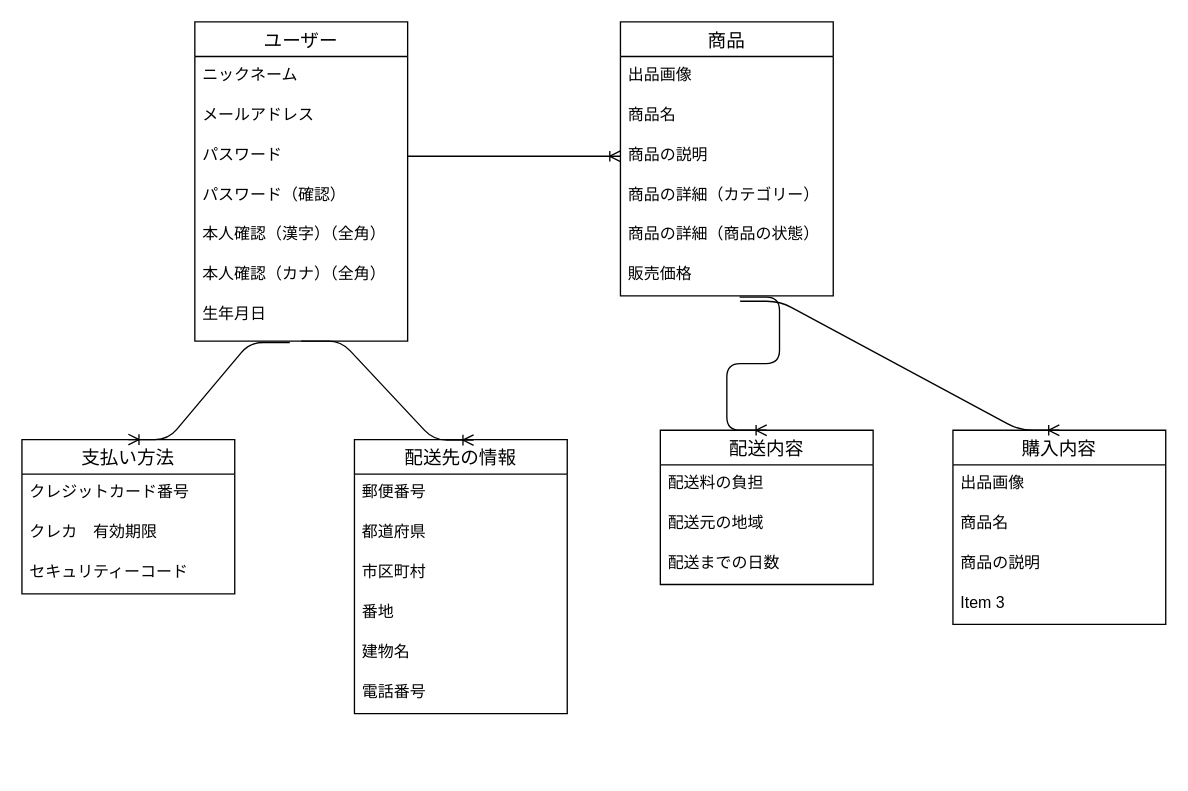
soutahirose1/furima-30465 keeps this draw.io diagram as ER.dio. Above is the earlier version. Source tidied: cells renumbered, new cells numbered last; positions are measured from the earlier drawing's top-left corner, leaving out a move shared by most shapes. Both pictures are drawn from the tidied source at 133%, with x=0, y=0 at pixel (21, 21).
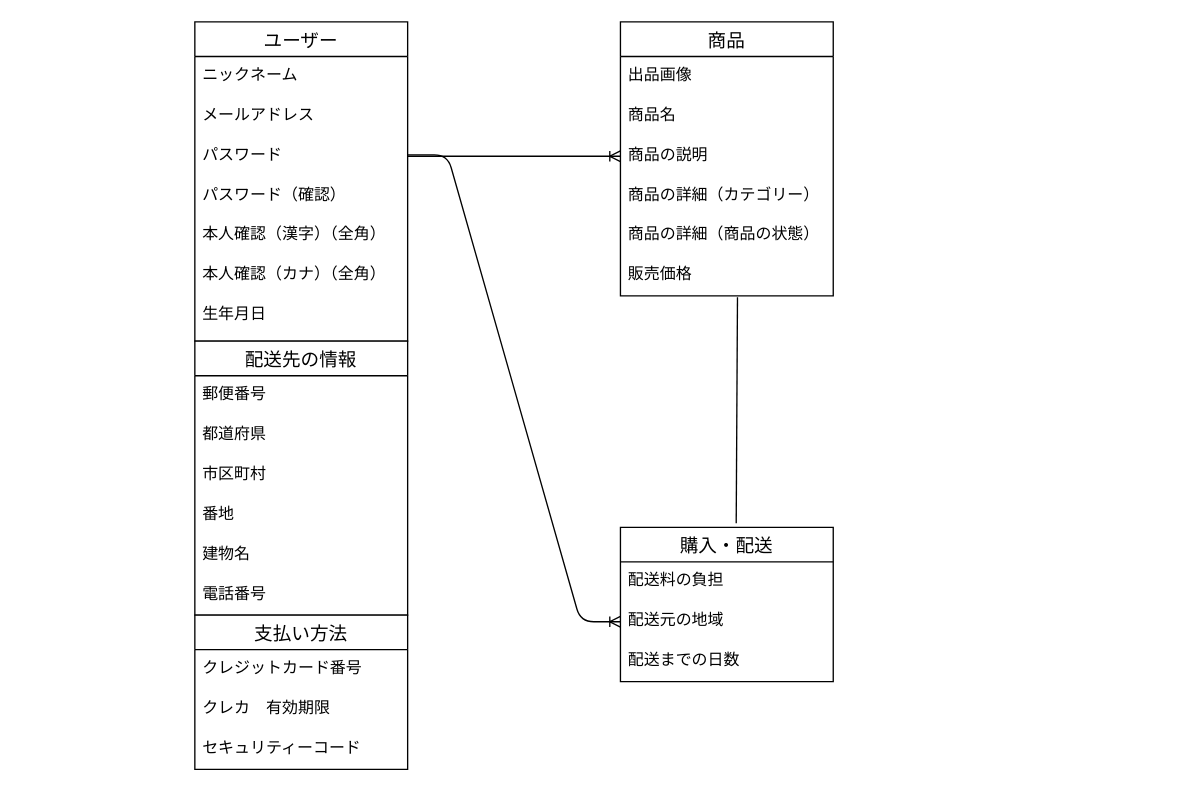
After the change.

Commit message (it also covers changes not shown here):
ER図・README作成

Unchanged cells that the change refers to:
```xml
<mxCell id="5" value="パスワード" style="text;strokeColor=none;fillColor=none;spacingLeft=4;spacingRight=4;overflow=hidden;points=[[0,0.5],[1,0.5]];portConstraint=eastwest;fontSize=12;" parent="2" vertex="1">
  <mxGeometry y="86" width="160" height="30" as="geometry" />
</mxCell>
<mxCell id="9" value="生年月日" style="text;strokeColor=none;fillColor=none;spacingLeft=4;spacingRight=4;overflow=hidden;points=[[0,0.5],[1,0.5]];portConstraint=eastwest;fontSize=12;" parent="2" vertex="1">
  <mxGeometry y="206" width="160" height="34" as="geometry" />
</mxCell>
<mxCell id="13" value="商品の説明" style="text;strokeColor=none;fillColor=none;spacingLeft=4;spacingRight=4;overflow=hidden;points=[[0,0.5],[1,0.5]];portConstraint=eastwest;fontSize=12;" parent="10" vertex="1">
  <mxGeometry y="86" width="160" height="30" as="geometry" />
</mxCell>
<mxCell id="16" value="販売価格" style="text;strokeColor=none;fillColor=none;spacingLeft=4;spacingRight=4;overflow=hidden;points=[[0,0.5],[1,0.5]];portConstraint=eastwest;fontSize=12;" parent="10" vertex="1">
  <mxGeometry y="176" width="160" height="30" as="geometry" />
</mxCell>
<mxCell id="30" value="配送元の地域" style="text;strokeColor=none;fillColor=none;spacingLeft=4;spacingRight=4;overflow=hidden;points=[[0,0.5],[1,0.5]];portConstraint=eastwest;fontSize=12;" parent="28" vertex="1">
  <mxGeometry y="56" width="160" height="30" as="geometry" />
</mxCell>
```

What changed in the source:
```diff
@@
-    <mxCell id="17" value="支払い方法" style="swimlane;fontStyle=0;horizontal=1;startSize=26;align=center;fontSize=14;labelBackgroundColor=none;html=0;" parent="1" vertex="1">
-      <mxGeometry y="314" width="160" height="116" as="geometry" />
-    </mxCell>
-    <mxCell id="18" value="クレジットカード番号" style="text;strokeColor=none;fillColor=none;spacingLeft=4;spacingRight=4;overflow=hidden;fontSize=12;" parent="17" vertex="1">
-      <mxGeometry y="26" width="160" height="30" as="geometry" />
-    </mxCell>
-    <mxCell id="19" value="クレカ　有効期限" style="text;strokeColor=none;fillColor=none;spacingLeft=4;spacingRight=4;overflow=hidden;fontSize=12;" parent="17" vertex="1">
-      <mxGeometry y="56" width="160" height="30" as="geometry" />
-    </mxCell>
-    <mxCell id="20" value="セキュリティーコード" style="text;strokeColor=none;fillColor=none;spacingLeft=4;spacingRight=4;overflow=hidden;fontSize=12;" parent="17" vertex="1">
-      <mxGeometry y="86" width="160" height="30" as="geometry" />
-    </mxCell>
+    <mxCell id="39" style="edgeStyle=entityRelationEdgeStyle;fontSize=12;html=1;endArrow=ERoneToMany;exitX=1;exitY=0.5;exitDx=0;exitDy=0;entryX=0;entryY=0.5;entryDx=0;entryDy=0;" parent="1" edge="1" source="5" target="13">
+      <mxGeometry relative="1" as="geometry" />
+    </mxCell>
     <mxCell id="21" value="配送先の情報" style="swimlane;fontStyle=0;horizontal=1;startSize=26;align=center;fontSize=14;labelBackgroundColor=none;html=0;" parent="1" vertex="1">
-      <mxGeometry x="250" y="314" width="160" height="206" as="geometry" />
+      <mxGeometry x="130" y="240" width="160" height="206" as="geometry" />
     </mxCell>
@@
+    <mxCell id="17" value="支払い方法" style="swimlane;fontStyle=0;horizontal=1;startSize=26;align=center;fontSize=14;labelBackgroundColor=none;html=0;" parent="1" vertex="1">
+      <mxGeometry x="130" y="446" width="160" height="116" as="geometry" />
+    </mxCell>
+    <mxCell id="18" value="クレジットカード番号" style="text;strokeColor=none;fillColor=none;spacingLeft=4;spacingRight=4;overflow=hidden;fontSize=12;" parent="17" vertex="1">
+      <mxGeometry y="26" width="160" height="30" as="geometry" />
+    </mxCell>
+    <mxCell id="19" value="クレカ　有効期限" style="text;strokeColor=none;fillColor=none;spacingLeft=4;spacingRight=4;overflow=hidden;fontSize=12;" parent="17" vertex="1">
+      <mxGeometry y="56" width="160" height="30" as="geometry" />
+    </mxCell>
+    <mxCell id="20" value="セキュリティーコード" style="text;strokeColor=none;fillColor=none;spacingLeft=4;spacingRight=4;overflow=hidden;fontSize=12;" parent="17" vertex="1">
+      <mxGeometry y="86" width="160" height="30" as="geometry" />
+    </mxCell>
-    <mxCell id="28" value="配送内容" style="swimlane;fontStyle=0;horizontal=1;startSize=26;align=center;fontSize=14;labelBackgroundColor=none;html=0;" parent="1" vertex="1">
-      <mxGeometry x="480" y="307" width="160" height="116" as="geometry" />
+    <mxCell id="28" value="購入・配送" style="swimlane;fontStyle=0;horizontal=1;startSize=26;align=center;fontSize=14;labelBackgroundColor=none;html=0;" parent="1" vertex="1">
+      <mxGeometry x="450" y="380" width="160" height="116" as="geometry" />
     </mxCell>
@@
-    <mxCell id="32" value="購入内容" style="swimlane;fontStyle=0;horizontal=1;startSize=26;align=center;fontSize=14;labelBackgroundColor=none;html=0;" parent="1" vertex="1">
-      <mxGeometry x="700" y="307" width="160" height="146" as="geometry" />
-    </mxCell>
-    <mxCell id="33" value="出品画像" style="text;strokeColor=none;fillColor=none;spacingLeft=4;spacingRight=4;overflow=hidden;fontSize=12;" parent="32" vertex="1">
-      <mxGeometry y="26" width="160" height="30" as="geometry" />
-    </mxCell>
-    <mxCell id="34" value="商品名" style="text;strokeColor=none;fillColor=none;spacingLeft=4;spacingRight=4;overflow=hidden;fontSize=12;" parent="32" vertex="1">
-      <mxGeometry y="56" width="160" height="30" as="geometry" />
-    </mxCell>
-    <mxCell id="35" value="商品の説明" style="text;strokeColor=none;fillColor=none;spacingLeft=4;spacingRight=4;overflow=hidden;fontSize=12;" parent="32" vertex="1">
-      <mxGeometry y="86" width="160" height="30" as="geometry" />
-    </mxCell>
-    <mxCell id="36" value="Item 3" style="text;strokeColor=none;fillColor=none;spacingLeft=4;spacingRight=4;overflow=hidden;fontSize=12;" parent="32" vertex="1">
-      <mxGeometry y="116" width="160" height="30" as="geometry" />
-    </mxCell>
-    <mxCell id="37" style="edgeStyle=entityRelationEdgeStyle;fontSize=12;html=1;endArrow=ERoneToMany;exitX=0.446;exitY=1.029;exitDx=0;exitDy=0;exitPerimeter=0;entryX=0.5;entryY=0;entryDx=0;entryDy=0;" parent="1" edge="1" source="9" target="17">
-      <mxGeometry relative="1" as="geometry" />
-    </mxCell>
-    <mxCell id="38" style="edgeStyle=entityRelationEdgeStyle;fontSize=12;html=1;endArrow=ERoneToMany;entryX=0.56;entryY=0.002;entryDx=0;entryDy=0;entryPerimeter=0;" parent="1" edge="1" target="21">
-      <mxGeometry relative="1" as="geometry">
-        <mxPoint x="210" y="240" as="sourcePoint" />
-      </mxGeometry>
-    </mxCell>
-    <mxCell id="39" style="edgeStyle=entityRelationEdgeStyle;fontSize=12;html=1;endArrow=ERoneToMany;exitX=1;exitY=0.5;exitDx=0;exitDy=0;entryX=0;entryY=0.5;entryDx=0;entryDy=0;" parent="1" edge="1" source="5" target="13">
-      <mxGeometry relative="1" as="geometry" />
-    </mxCell>
-    <mxCell id="40" style="edgeStyle=entityRelationEdgeStyle;fontSize=12;html=1;endArrow=ERoneToMany;exitX=0.56;exitY=1.028;exitDx=0;exitDy=0;entryX=0.5;entryY=0;entryDx=0;entryDy=0;exitPerimeter=0;" parent="1" edge="1" source="16" target="28">
-      <mxGeometry relative="1" as="geometry" />
-    </mxCell>
-    <mxCell id="41" style="edgeStyle=entityRelationEdgeStyle;fontSize=12;html=1;endArrow=ERoneToMany;entryX=0.5;entryY=0;entryDx=0;entryDy=0;" parent="1" edge="1" target="32">
-      <mxGeometry relative="1" as="geometry">
-        <mxPoint x="540" y="210" as="sourcePoint" />
-      </mxGeometry>
-    </mxCell>
+    <mxCell id="42" style="edgeStyle=entityRelationEdgeStyle;fontSize=12;html=1;endArrow=ERoneToMany;entryX=0;entryY=0.5;entryDx=0;entryDy=0;" parent="1" edge="1" target="30">
+      <mxGeometry relative="1" as="geometry">
+        <mxPoint x="290" y="100" as="sourcePoint" />
+      </mxGeometry>
+    </mxCell>
+    <mxCell id="43" style="endArrow=none;html=1;rounded=0;entryX=0.55;entryY=1.033;entryDx=0;entryDy=0;entryPerimeter=0;exitX=0.544;exitY=-0.026;exitDx=0;exitDy=0;exitPerimeter=0;" parent="1" edge="1" source="28" target="16">
+      <mxGeometry relative="1" as="geometry" />
+    </mxCell>
```
